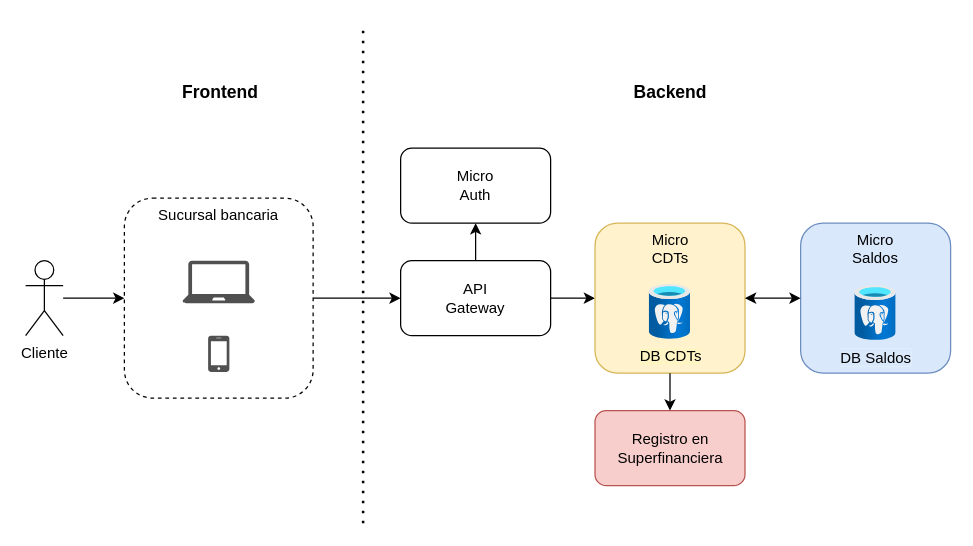
The draw.io diagram docs/static/img/testing/integration/Flujo.drawio in jdarguello/Spring, before the edit. Source tidied: cells renumbered, new cells numbered last; positions are measured from the earlier drawing's top-left corner, leaving out a move shared by most shapes. Both pictures are drawn from the tidied source at 125%, with x=0, y=0 at pixel (25, 22).
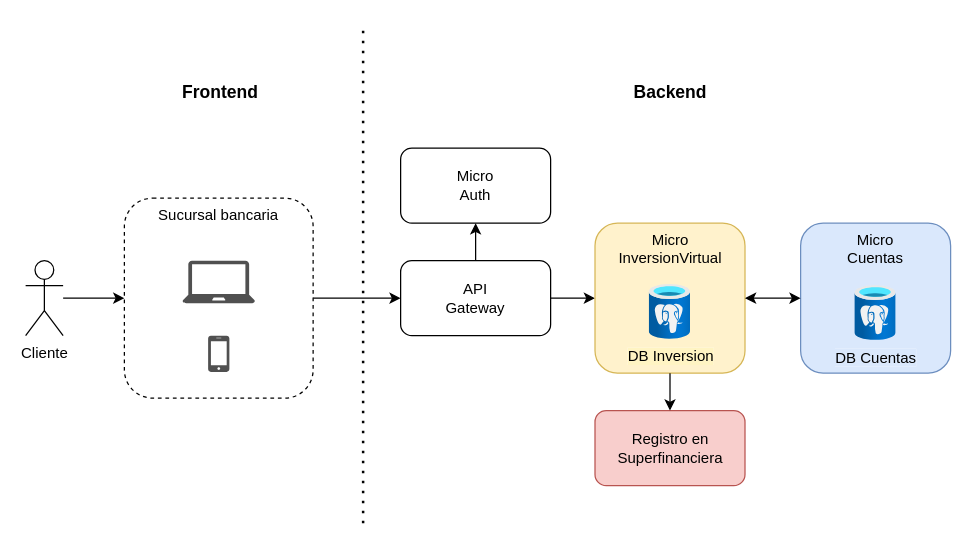
Above is the later version.

The change refers to these unchanged cells:
```xml
<mxCell id="16" style="group;" parent="1" vertex="1">
  <mxGeometry x="455.5" y="160" width="120" height="120" as="geometry" />
</mxCell>
```

The edit, as a diff of the source:
```diff
@@
-    <mxCell id="12" value="Micro&lt;div&gt;Saldos&lt;/div&gt;" style="rounded=1;whiteSpace=wrap;html=1;fillColor=#dae8fc;strokeColor=#6c8ebf;verticalAlign=top;" parent="1" vertex="1">
+    <mxCell id="12" value="Micro&lt;div&gt;Cuentas&lt;/div&gt;" style="rounded=1;whiteSpace=wrap;html=1;fillColor=#dae8fc;strokeColor=#6c8ebf;verticalAlign=top;" parent="1" vertex="1">
       <mxGeometry x="620" y="160" width="120" height="120" as="geometry" />
     </mxCell>
@@
-    <mxCell id="17" value="Micro&lt;div&gt;CDTs&lt;/div&gt;" style="rounded=1;whiteSpace=wrap;html=1;fillColor=#fff2cc;strokeColor=#d6b656;verticalAlign=top;" parent="16" vertex="1">
+    <mxCell id="17" value="Micro&lt;div&gt;InversionVirtual&lt;/div&gt;" style="rounded=1;whiteSpace=wrap;html=1;fillColor=#fff2cc;strokeColor=#d6b656;verticalAlign=top;" parent="16" vertex="1">
       <mxGeometry width="120" height="120" as="geometry" />
     </mxCell>
-    <mxCell id="18" value="&lt;span style=&quot;background-color: rgb(255, 244, 195);&quot;&gt;DB CDTs&lt;/span&gt;" style="image;html=1;align=center;fontSize=12;image=img/lib/azure2/databases/Azure_Database_PostgreSQL_Server.svg;" parent="16" vertex="1">
+    <mxCell id="18" value="&lt;span style=&quot;background-color: rgb(255, 244, 195);&quot;&gt;DB Inversion&lt;/span&gt;" style="image;html=1;align=center;fontSize=12;image=img/lib/azure2/databases/Azure_Database_PostgreSQL_Server.svg;" parent="16" vertex="1">
       <mxGeometry x="43.5" y="49.1" width="33" height="44" as="geometry" />
     </mxCell>
-    <mxCell id="19" value="&lt;span style=&quot;background-color: rgb(218, 232, 252);&quot;&gt;DB Saldos&lt;/span&gt;" style="image;html=1;align=center;fontSize=12;image=img/lib/azure2/databases/Azure_Database_PostgreSQL_Server.svg;" parent="1" vertex="1">
+    <mxCell id="19" value="&lt;span style=&quot;background-color: rgb(218, 232, 252);&quot;&gt;DB Cuentas&lt;/span&gt;" style="image;html=1;align=center;fontSize=12;image=img/lib/azure2/databases/Azure_Database_PostgreSQL_Server.svg;" parent="1" vertex="1">
       <mxGeometry x="663.5" y="210" width="33" height="44" as="geometry" />
     </mxCell>
```
